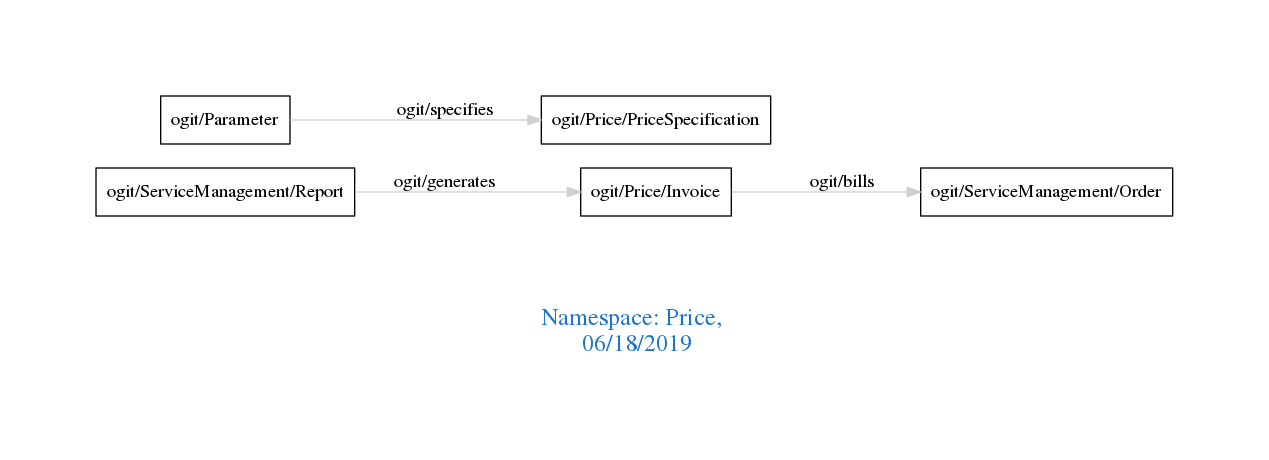
Before: downloads/Price.png, a diagram exported from Graphviz (arago/OGIT). Its source is kept beside it as downloads/Price.dot.
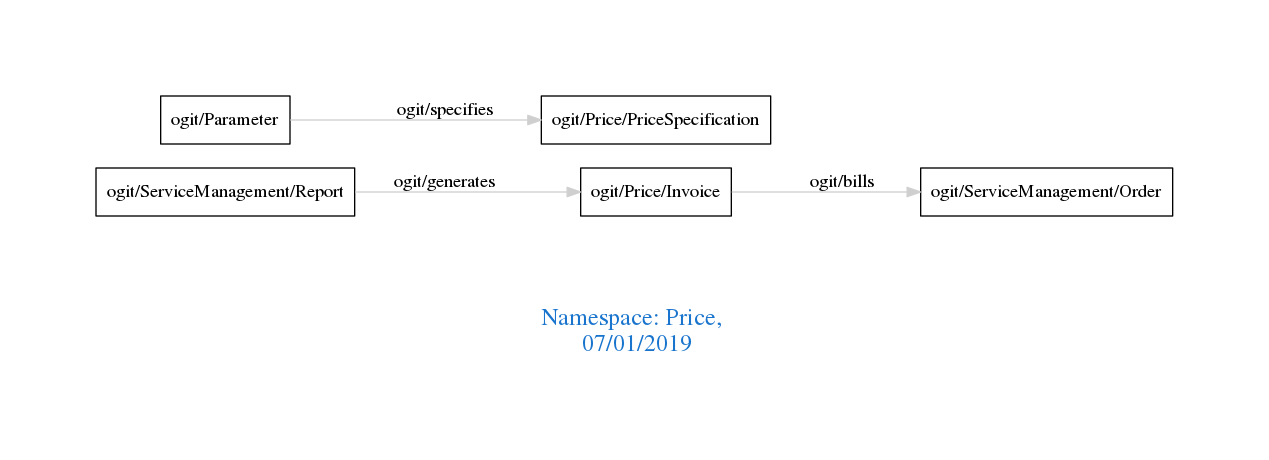
The same file after the commit.

The edit, as a diff of the source:
```diff
@@ -1,7 +1,7 @@
 digraph OGIT_ontology {
  graph [ rankdir= LR,pad=1
 fontsize = 18,
-fontcolor= dodgerblue3,label = "\n\n\nNamespace: Price, \n 06/18/2019"];
+fontcolor= dodgerblue3,label = "\n\n\nNamespace: Price, \n 07/01/2019"];
 node[shape=polygon];
 edge [  color="gray81"];
 
```
